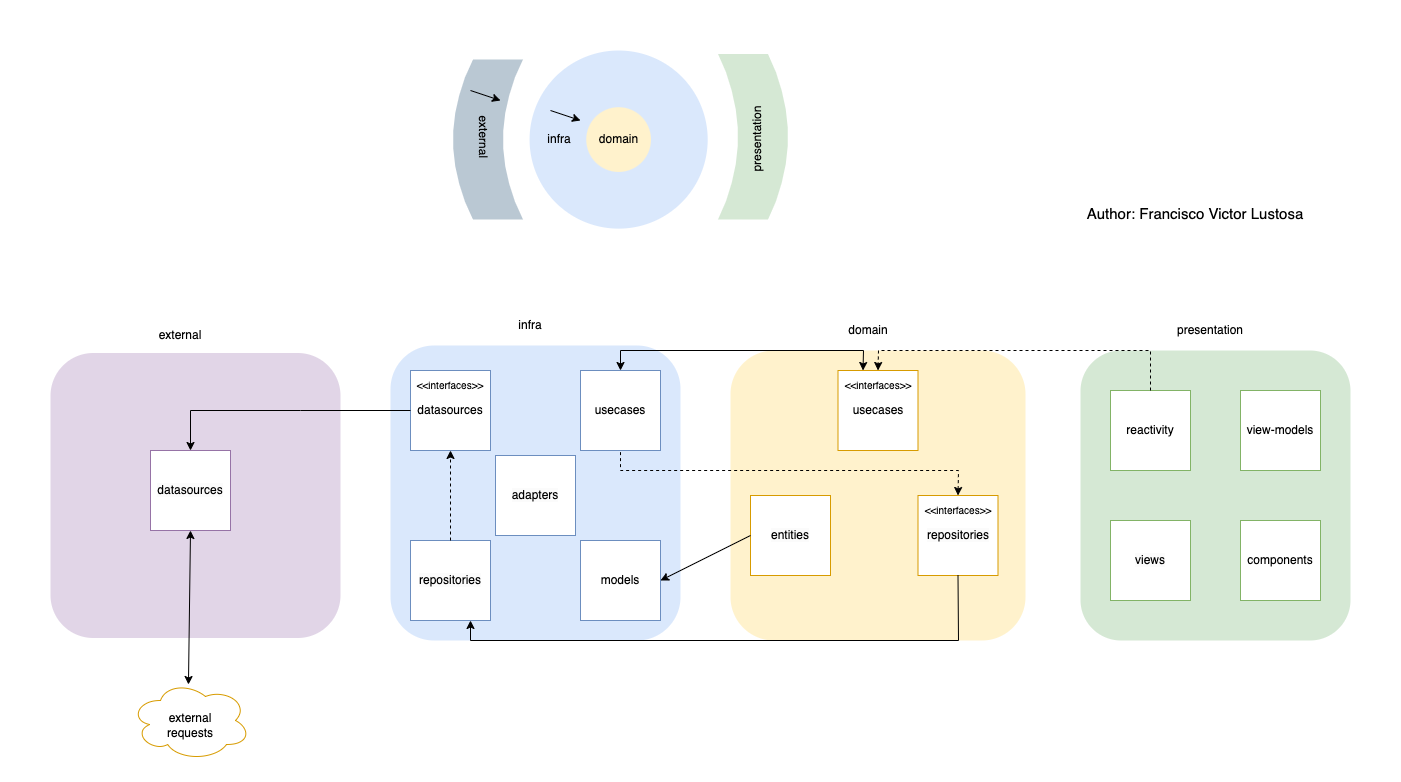
Before: docs/arquitetura-frontend-ipb.png, a diagram exported from draw.io (victor-lustosa/ipbc-palmas-flutter). Source tidied: cells renumbered, new cells last; positions are measured from the earlier drawing's top-left corner, leaving out a move shared by most shapes.
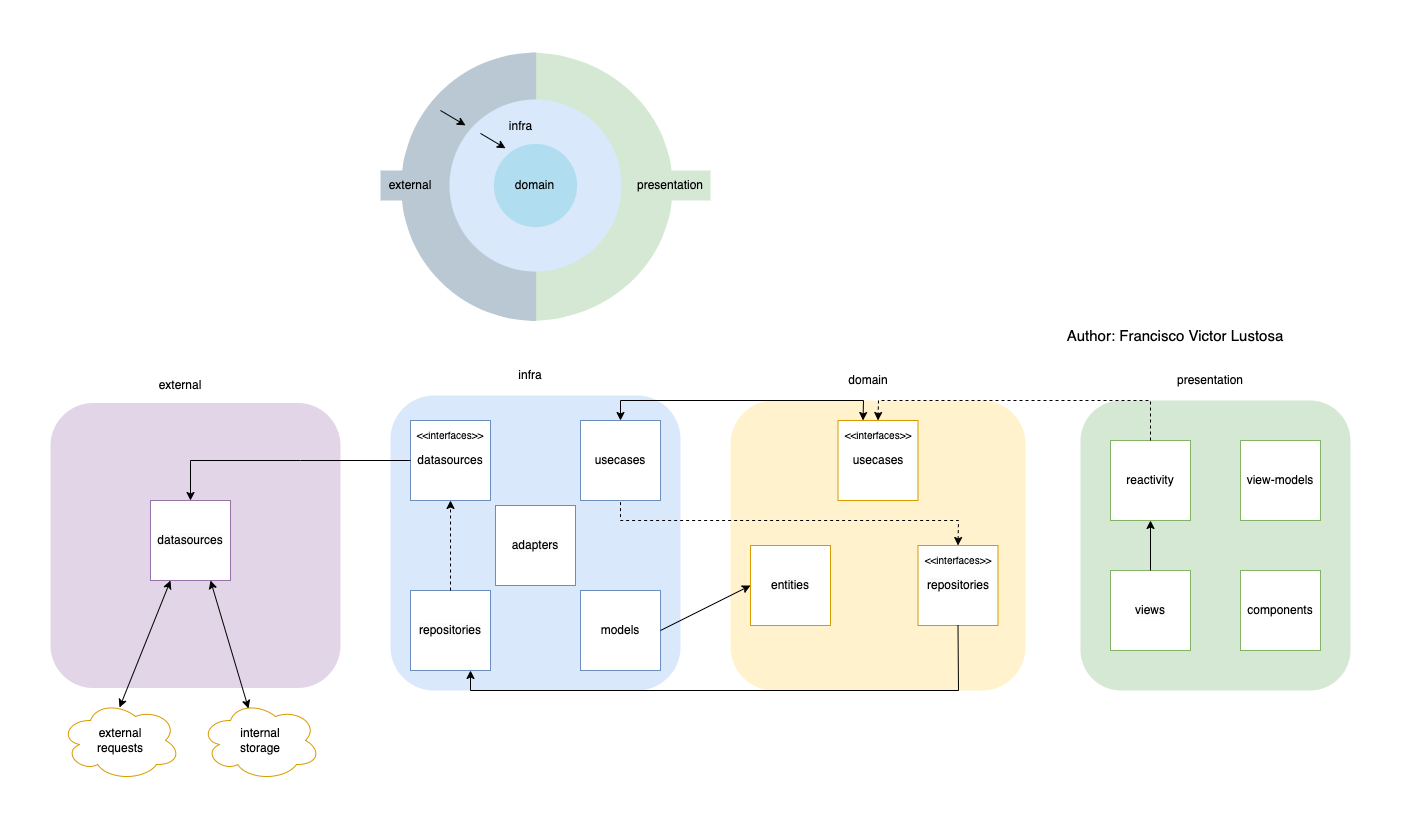
After the change.

Change to the diagram source:
```diff
@@ -3,11 +3,8 @@
     <mxCell id="0" />
     <mxCell id="1" parent="0" />
     <mxCell id="2" style="rounded=0;whiteSpace=wrap;html=1;strokeColor=none;" parent="1" vertex="1">
-      <mxGeometry width="1400" height="780" as="geometry" />
+      <mxGeometry y="-50" width="1400" height="830" as="geometry" />
     </mxCell>
-    <mxCell id="3" style="ellipse;whiteSpace=wrap;html=1;strokeColor=none;direction=south;fillColor=#dae8fc;" parent="1" vertex="1">
-      <mxGeometry x="529.1" y="50" width="178.1" height="178.1" as="geometry" />
-    </mxCell>
     <mxCell id="4" style="rounded=1;whiteSpace=wrap;html=1;fillColor=#fff2cc;strokeColor=none;" parent="1" vertex="1">
       <mxGeometry x="730" y="350" width="295" height="290" as="geometry" />
     </mxCell>
@@ -62,10 +59,10 @@
       <mxGeometry x="580" y="540" width="80" height="80" as="geometry" />
     </mxCell>
     <mxCell id="20" style="ellipse;shape=cloud;whiteSpace=wrap;html=1;strokeColor=#D79B00;" parent="1" vertex="1">
-      <mxGeometry x="130" y="680" width="120" height="80" as="geometry" />
+      <mxGeometry x="60" y="650" width="120" height="80" as="geometry" />
     </mxCell>
     <mxCell id="21" value="&lt;font style=&quot;font-size: 12px;&quot;&gt;external requests&lt;/font&gt;" style="text;html=1;strokeColor=none;fillColor=none;align=center;verticalAlign=middle;whiteSpace=wrap;rounded=0;fontSize=10;" parent="1" vertex="1">
-      <mxGeometry x="160" y="710" width="60" height="30" as="geometry" />
+      <mxGeometry x="90" y="675" width="60" height="30" as="geometry" />
     </mxCell>
     <mxCell id="22" value="&lt;span style=&quot;color: rgb(0, 0, 0); font-family: Helvetica; font-size: 12px; font-style: normal; font-variant-ligatures: normal; font-variant-caps: normal; font-weight: 400; letter-spacing: normal; orphans: 2; text-align: center; text-indent: 0px; text-transform: none; widows: 2; word-spacing: 0px; -webkit-text-stroke-width: 0px; background-color: rgb(251, 251, 251); text-decoration-thickness: initial; text-decoration-style: initial; text-decoration-color: initial; float: none; display: inline !important;&quot;&gt;repositories&lt;/span&gt;" style="whiteSpace=wrap;html=1;strokeColor=#6C8EBF;" parent="1" vertex="1">
       <mxGeometry x="410" y="540" width="80" height="80" as="geometry" />
@@ -103,7 +100,7 @@
         </Array>
       </mxGeometry>
     </mxCell>
-    <mxCell id="29" style="endArrow=classic;html=1;rounded=0;entryX=1;entryY=0.5;entryDx=0;entryDy=0;exitX=0;exitY=0.5;exitDx=0;exitDy=0;startArrow=none;startFill=0;" parent="1" edge="1" source="7" target="19">
+    <mxCell id="29" style="endArrow=classic;html=1;rounded=0;entryX=0;entryY=0.5;entryDx=0;entryDy=0;exitX=1;exitY=0.5;exitDx=0;exitDy=0;startArrow=none;startFill=0;" parent="1" edge="1" source="19" target="7">
       <mxGeometry relative="1" as="geometry" />
     </mxCell>
     <mxCell id="30" value="components" style="whiteSpace=wrap;html=1;strokeColor=#82B366;" parent="1" vertex="1">
@@ -124,7 +121,7 @@
     <mxCell id="35" value="&lt;span style=&quot;color: rgb(0, 0, 0); font-family: Helvetica; font-size: 12px; font-style: normal; font-variant-ligatures: normal; font-variant-caps: normal; font-weight: 400; letter-spacing: normal; orphans: 2; text-align: center; text-indent: 0px; text-transform: none; widows: 2; word-spacing: 0px; -webkit-text-stroke-width: 0px; background-color: rgb(251, 251, 251); text-decoration-thickness: initial; text-decoration-style: initial; text-decoration-color: initial; float: none; display: inline !important;&quot;&gt;adapters&lt;/span&gt;" style="whiteSpace=wrap;html=1;strokeColor=#6C8EBF;" parent="1" vertex="1">
       <mxGeometry x="495" y="455" width="80" height="80" as="geometry" />
     </mxCell>
-    <mxCell id="36" style="endArrow=classic;html=1;rounded=0;entryX=0.483;entryY=0.05;entryDx=0;entryDy=0;exitX=0.5;exitY=1;exitDx=0;exitDy=0;entryPerimeter=0;startArrow=classic;startFill=1;" parent="1" edge="1" source="33" target="20">
+    <mxCell id="36" style="endArrow=classic;html=1;rounded=0;entryX=0.492;entryY=0.088;entryDx=0;entryDy=0;exitX=0.25;exitY=1;exitDx=0;exitDy=0;entryPerimeter=0;startArrow=classic;startFill=1;" parent="1" edge="1" source="33" target="20">
       <mxGeometry relative="1" as="geometry" />
     </mxCell>
     <mxCell id="37" style="endArrow=classic;html=1;rounded=0;entryX=0.5;entryY=1;entryDx=0;entryDy=0;exitX=0.5;exitY=0;exitDx=0;exitDy=0;startArrow=none;startFill=0;dashed=1;" parent="1" edge="1" source="22" target="9">
@@ -138,38 +135,53 @@
         </Array>
       </mxGeometry>
     </mxCell>
+    <mxCell id="42" value="&lt;font style=&quot;font-size: 15px;&quot;&gt;Author: Francisco Victor Lustosa&lt;/font&gt;" style="text;html=1;strokeColor=none;fillColor=none;align=center;verticalAlign=middle;whiteSpace=wrap;rounded=0;" parent="1" vertex="1">
+      <mxGeometry x="1040" y="270" width="270" height="30" as="geometry" />
+    </mxCell>
+    <mxCell id="48" style="ellipse;shape=cloud;whiteSpace=wrap;html=1;strokeColor=#D79B00;" parent="1" vertex="1">
+      <mxGeometry x="200" y="650" width="120" height="80" as="geometry" />
+    </mxCell>
+    <mxCell id="49" value="&lt;font style=&quot;font-size: 12px;&quot;&gt;internal storage&lt;/font&gt;" style="text;html=1;strokeColor=none;fillColor=none;align=center;verticalAlign=middle;whiteSpace=wrap;rounded=0;fontSize=10;" parent="1" vertex="1">
+      <mxGeometry x="230" y="675" width="60" height="30" as="geometry" />
+    </mxCell>
+    <mxCell id="50" style="endArrow=classic;html=1;rounded=0;entryX=0.4;entryY=0.1;entryDx=0;entryDy=0;exitX=0.75;exitY=1;exitDx=0;exitDy=0;entryPerimeter=0;startArrow=classic;startFill=1;" parent="1" edge="1" source="33" target="48">
+      <mxGeometry relative="1" as="geometry" />
+    </mxCell>
+    <mxCell id="51" style="endArrow=classic;html=1;rounded=0;entryX=0.5;entryY=1;entryDx=0;entryDy=0;exitX=0.5;exitY=0;exitDx=0;exitDy=0;startArrow=none;startFill=0;" parent="1" edge="1" source="10" target="11">
+      <mxGeometry relative="1" as="geometry" />
+    </mxCell>
+    <mxCell id="52" style="verticalLabelPosition=bottom;verticalAlign=top;html=1;shape=mxgraph.basic.half_circle;rotation=-90;fillColor=#d5e8d4;strokeColor=none;" parent="1" vertex="1">
+      <mxGeometry x="466.6" y="64.9" width="268.6" height="142.8" as="geometry" />
+    </mxCell>
+    <mxCell id="53" style="verticalLabelPosition=bottom;verticalAlign=top;html=1;shape=mxgraph.basic.half_circle;rotation=90;fillColor=#BAC8D3;strokeColor=none;" parent="1" vertex="1">
+      <mxGeometry x="333.8" y="68.7" width="268.6" height="135.1" as="geometry" />
+    </mxCell>
+    <mxCell id="3" style="ellipse;whiteSpace=wrap;html=1;strokeColor=none;direction=south;fillColor=#dae8fc;" parent="1" vertex="1">
+      <mxGeometry x="449" y="49" width="172" height="172" as="geometry" />
+    </mxCell>
+    <mxCell id="46" value="external" style="text;html=1;strokeColor=none;fillColor=#BAC8D3;align=center;verticalAlign=middle;whiteSpace=wrap;rounded=0;rotation=0;" parent="1" vertex="1">
+      <mxGeometry x="380" y="120" width="60" height="30" as="geometry" />
+    </mxCell>
+    <mxCell id="40" value="infra" style="text;html=1;strokeColor=none;fillColor=none;align=center;verticalAlign=middle;whiteSpace=wrap;rounded=0;" parent="1" vertex="1">
+      <mxGeometry x="502.6" y="68.7" width="35" height="14.2" as="geometry" />
+    </mxCell>
-    <mxCell id="39" value="domain" style="ellipse;whiteSpace=wrap;html=1;strokeColor=none;fillColor=#fff2cc;" parent="1" vertex="1">
-      <mxGeometry x="585.8" y="106.7" width="64.7" height="64.7" as="geometry" />
+    <mxCell id="39" value="domain" style="ellipse;whiteSpace=wrap;html=1;strokeColor=none;fillColor=#b1ddf0;" parent="1" vertex="1">
+      <mxGeometry x="493.4" y="93.4" width="83.3" height="83.3" as="geometry" />
     </mxCell>
-    <mxCell id="40" value="infra" style="text;html=1;strokeColor=none;fillColor=none;align=center;verticalAlign=middle;whiteSpace=wrap;rounded=0;" parent="1" vertex="1">
-      <mxGeometry x="529.1" y="124.1" width="60" height="30" as="geometry" />
-    </mxCell>
-    <mxCell id="41" style="endArrow=classic;html=1;rounded=0;startArrow=none;startFill=0;endFill=1;" parent="1" edge="1">
-      <mxGeometry relative="1" as="geometry">
-        <mxPoint x="550" y="110" as="sourcePoint" />
-        <mxPoint x="580" y="120" as="targetPoint" />
-      </mxGeometry>
-    </mxCell>
-    <mxCell id="42" value="&lt;font style=&quot;font-size: 15px;&quot;&gt;Author: Francisco Victor Lustosa&lt;/font&gt;" style="text;html=1;strokeColor=none;fillColor=none;align=center;verticalAlign=middle;whiteSpace=wrap;rounded=0;" parent="1" vertex="1">
-      <mxGeometry x="1060" y="198.1" width="270" height="30" as="geometry" />
-    </mxCell>
-    <mxCell id="43" style="shape=dataStorage;whiteSpace=wrap;html=1;fixedSize=1;strokeColor=none;fillColor=#bac8d3;rotation=0;" parent="1" vertex="1">
-      <mxGeometry x="452.5" y="59.1" width="70" height="160" as="geometry" />
-    </mxCell>
-    <mxCell id="44" style="shape=dataStorage;whiteSpace=wrap;html=1;fixedSize=1;strokeColor=none;fillColor=#D5E8D4;rotation=-180;" parent="1" vertex="1">
-      <mxGeometry x="717.5" y="53.4" width="70" height="165.6" as="geometry" />
-    </mxCell>
-    <mxCell id="45" value="presentation" style="text;html=1;strokeColor=none;fillColor=none;align=center;verticalAlign=middle;whiteSpace=wrap;rounded=0;rotation=-90;" parent="1" vertex="1">
-      <mxGeometry x="727.5" y="124.1" width="60" height="30" as="geometry" />
+    <mxCell id="45" value="presentation" style="text;html=1;strokeColor=none;fillColor=#D5E8D4;align=center;verticalAlign=middle;whiteSpace=wrap;rounded=0;rotation=0;" parent="1" vertex="1">
+      <mxGeometry x="630" y="120" width="80" height="30" as="geometry" />
     </mxCell>
-    <mxCell id="46" value="external" style="text;html=1;strokeColor=none;fillColor=none;align=center;verticalAlign=middle;whiteSpace=wrap;rounded=0;rotation=90;" parent="1" vertex="1">
-      <mxGeometry x="452.5" y="121.3" width="60" height="30" as="geometry" />
-    </mxCell>
-    <mxCell id="47" style="endArrow=classic;html=1;rounded=0;startArrow=none;startFill=0;endFill=1;" parent="1" edge="1">
-      <mxGeometry relative="1" as="geometry">
-        <mxPoint x="470" y="90" as="sourcePoint" />
-        <mxPoint x="500" y="100" as="targetPoint" />
-      </mxGeometry>
-    </mxCell>
+    <mxCell id="54" style="endArrow=classic;html=1;rounded=0;startArrow=none;startFill=0;endFill=1;" parent="1" edge="1">
+      <mxGeometry relative="1" as="geometry">
+        <mxPoint x="440" y="60" as="sourcePoint" />
+        <mxPoint x="465" y="74.9" as="targetPoint" />
+      </mxGeometry>
+    </mxCell>
+    <mxCell id="55" style="endArrow=classic;html=1;rounded=0;startArrow=none;startFill=0;endFill=1;" parent="1" edge="1">
+      <mxGeometry relative="1" as="geometry">
+        <mxPoint x="480" y="82.9" as="sourcePoint" />
+        <mxPoint x="505" y="97.8" as="targetPoint" />
+      </mxGeometry>
+    </mxCell>
   </root>
 </mxGraphModel>
```
